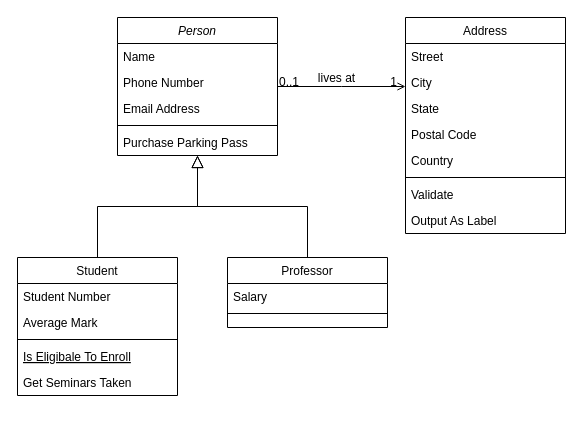
The draw.io diagram Untitled Diagram.drawio in tony2cssc/docs, before the edit. Source tidied: cells renumbered, new cells numbered last; positions are measured from the earlier drawing's top-left corner, leaving out a move shared by most shapes. Both pictures are drawn from the tidied source at 100%, with x=0, y=0 at pixel (17, 17).
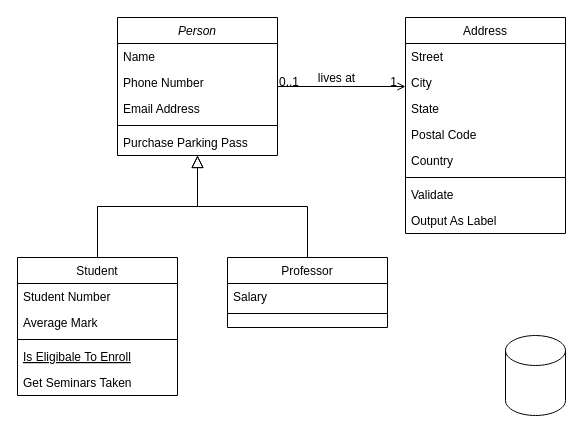
Above is the later version.

What changed in the source:
```diff
@@
+    <mxCell id="32" style="shape=cylinder3;whiteSpace=wrap;html=1;boundedLbl=1;backgroundOutline=1;size=15;" parent="1" vertex="1">
+      <mxGeometry x="488" y="318" width="60" height="80" as="geometry" />
+    </mxCell>
```
